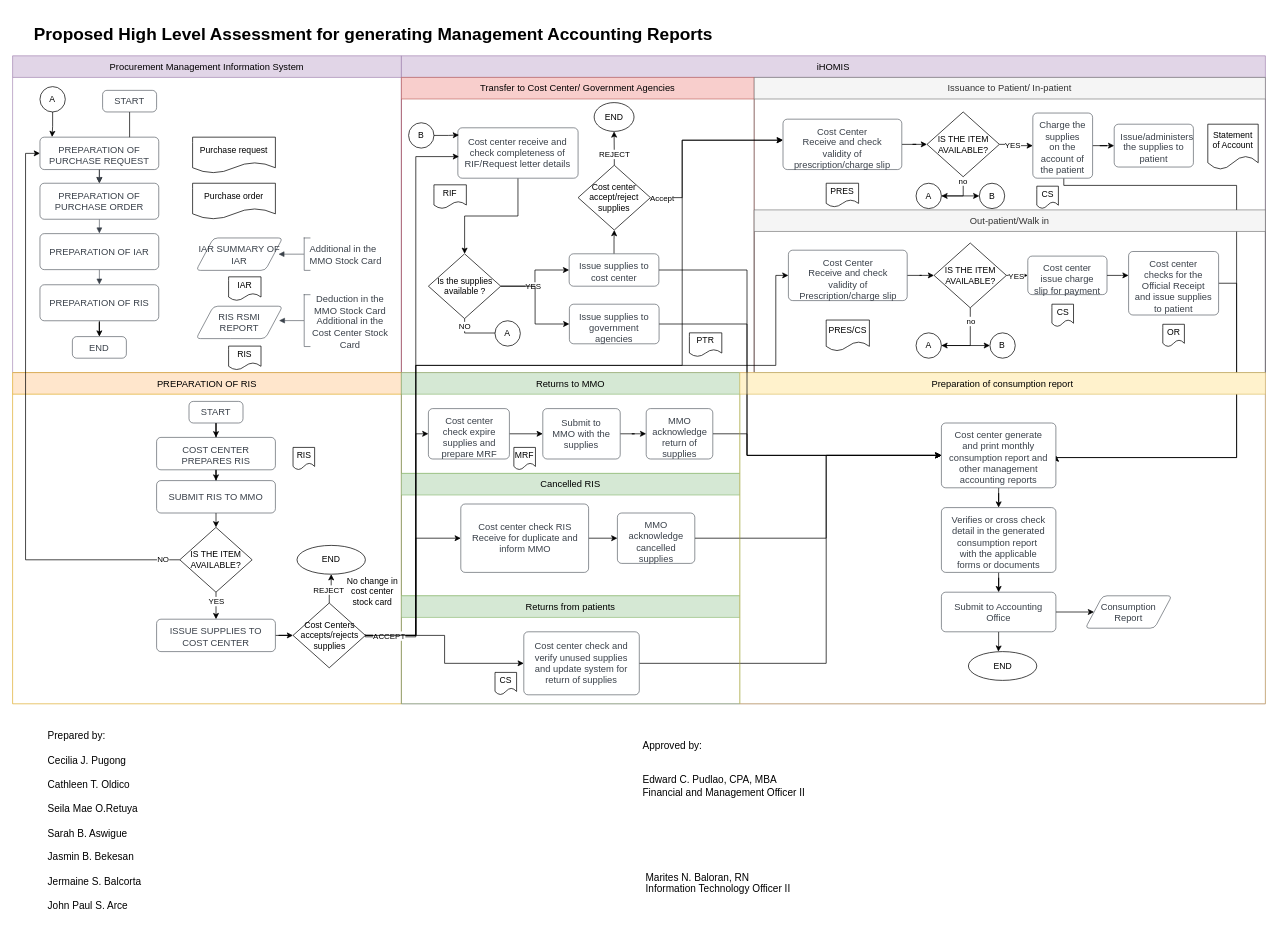
Above: consumption report.drawio in johnpaul4474/FMO-accounting (draw.io), before the change. Source tidied: cells renumbered, new cells numbered last; positions are measured from the earlier drawing's top-left corner, leaving out a move shared by most shapes. Both pictures are drawn from the tidied source at 72%, with x=0, y=0 at pixel (12, 19).
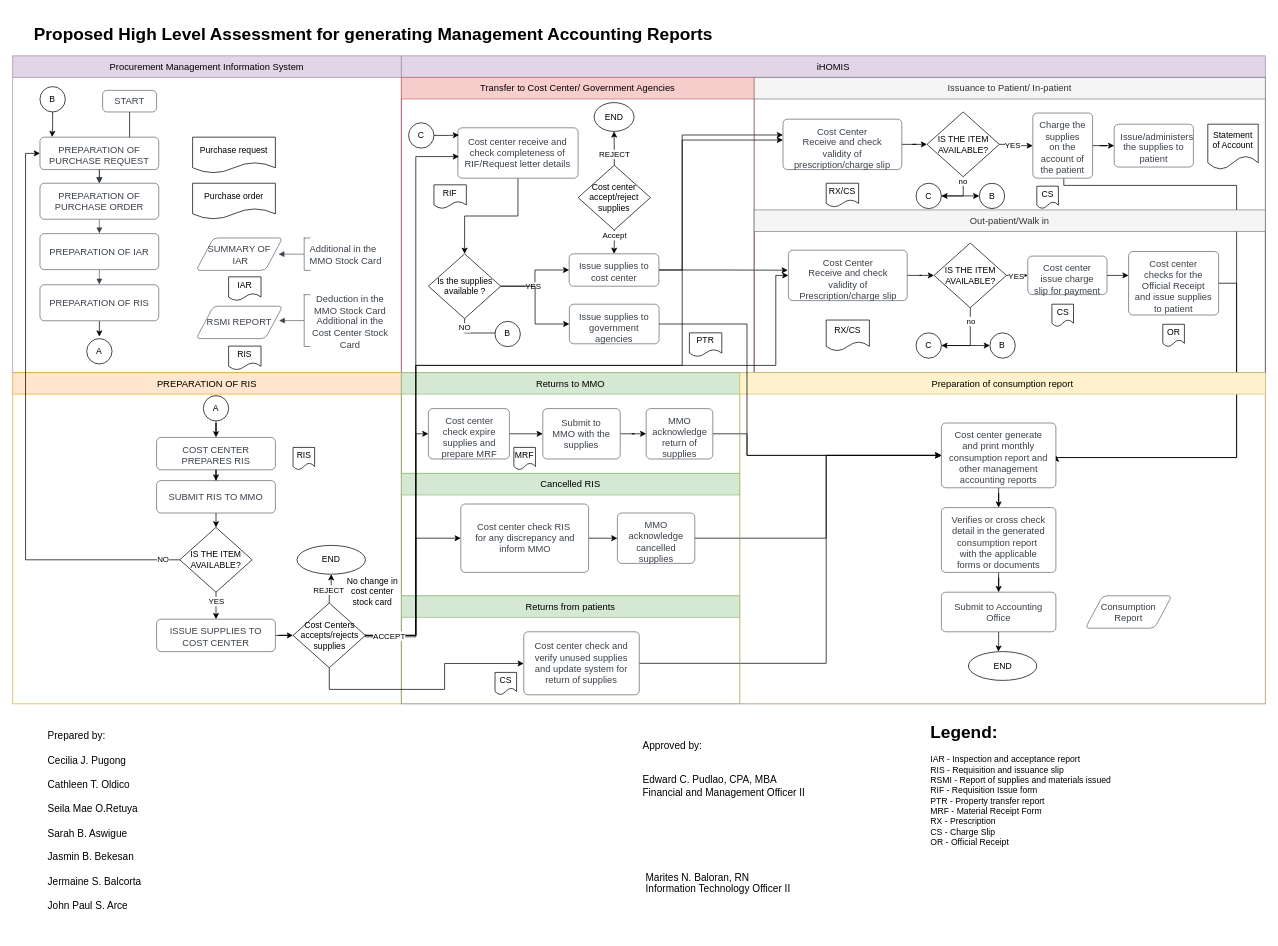
The same page after the edit.

Unchanged cells that the change refers to:
```xml
<mxCell id="12" value="PREPARATION OF RIS" style="html=1;overflow=block;blockSpacing=1;whiteSpace=wrap;fontSize=13;fontColor=#3a414a;align=center;spacing=9;strokeColor=#3a414a;strokeOpacity=100;fillOpacity=100;rounded=1;absoluteArcSize=1;arcSize=12;fillColor=#ffffff;strokeWidth=0.8;lucidId=OYs974KPALUt;" parent="1" vertex="1">
  <mxGeometry x="38" y="368" width="165" height="50" as="geometry" />
</mxCell>
<mxCell id="29" value="COST CENTER PREPARES RIS" style="html=1;overflow=block;blockSpacing=1;whiteSpace=wrap;fontSize=13;fontColor=#3a414a;align=center;spacing=9;strokeColor=#3a414a;strokeOpacity=100;fillOpacity=100;rounded=1;absoluteArcSize=1;arcSize=12;fillColor=#ffffff;strokeWidth=0.8;lucidId=ogs9_VXGJzux;" parent="1" vertex="1">
  <mxGeometry x="200" y="580" width="165" height="45" as="geometry" />
</mxCell>
<mxCell id="51" value="Issue supplies to cost center" style="html=1;overflow=block;blockSpacing=1;whiteSpace=wrap;fontSize=13;fontColor=#3a414a;align=center;spacing=9;strokeColor=#3a414a;strokeOpacity=100;fillOpacity=100;rounded=1;absoluteArcSize=1;arcSize=12;fillColor=#ffffff;strokeWidth=0.8;lucidId=ogs9_VXGJzux;" parent="1" vertex="1">
  <mxGeometry x="773" y="325" width="124.6" height="45" as="geometry" />
</mxCell>
<mxCell id="55" value="Cost Center&lt;br&gt;Receive and check validity of prescription/charge slip" style="html=1;overflow=block;blockSpacing=1;whiteSpace=wrap;fontSize=13;fontColor=#3a414a;align=center;spacing=9;strokeColor=#3a414a;strokeOpacity=100;fillOpacity=100;rounded=1;absoluteArcSize=1;arcSize=12;fillColor=#ffffff;strokeWidth=0.8;lucidId=ogs9_VXGJzux;" parent="1" vertex="1">
  <mxGeometry x="1070" y="138" width="165" height="70" as="geometry" />
</mxCell>
<mxCell id="81" value="Cost Center&lt;br&gt;Receive and check validity of Prescription/charge slip" style="html=1;overflow=block;blockSpacing=1;whiteSpace=wrap;fontSize=13;fontColor=#3a414a;align=center;spacing=9;strokeColor=#3a414a;strokeOpacity=100;fillOpacity=100;rounded=1;absoluteArcSize=1;arcSize=12;fillColor=#ffffff;strokeWidth=0.8;lucidId=ogs9_VXGJzux;" parent="1" vertex="1">
  <mxGeometry x="1077.5" y="320" width="165" height="70" as="geometry" />
</mxCell>
<mxCell id="93" value="Cost center check and verify unused supplies and update system for return of supplies" style="html=1;overflow=block;blockSpacing=1;whiteSpace=wrap;fontSize=13;fontColor=#3a414a;align=center;spacing=9;strokeColor=#3a414a;strokeOpacity=100;fillOpacity=100;rounded=1;absoluteArcSize=1;arcSize=12;fillColor=#ffffff;strokeWidth=0.8;lucidId=ogs9_VXGJzux;" parent="1" vertex="1">
  <mxGeometry x="710" y="850" width="160.4" height="87.5" as="geometry" />
</mxCell>
<mxCell id="96" value="Cost center generate and print monthly consumption report and other management accounting reports" style="html=1;overflow=block;blockSpacing=1;whiteSpace=wrap;fontSize=13;fontColor=#3a414a;align=center;spacing=9;strokeColor=#3a414a;strokeOpacity=100;fillOpacity=100;rounded=1;absoluteArcSize=1;arcSize=12;fillColor=#ffffff;strokeWidth=0.8;lucidId=ogs9_VXGJzux;" parent="1" vertex="1">
  <mxGeometry x="1290" y="560" width="159" height="90" as="geometry" />
</mxCell>
<mxCell id="99" value="Submit to Accounting Office" style="html=1;overflow=block;blockSpacing=1;whiteSpace=wrap;fontSize=13;fontColor=#3a414a;align=center;spacing=9;strokeColor=#3a414a;strokeOpacity=100;fillOpacity=100;rounded=1;absoluteArcSize=1;arcSize=12;fillColor=#ffffff;strokeWidth=0.8;lucidId=ogs9_VXGJzux;" parent="1" vertex="1">
  <mxGeometry x="1290" y="795" width="159" height="55" as="geometry" />
</mxCell>
<mxCell id="110" value="Cost Centers accepts/rejects supplies" style="rhombus;whiteSpace=wrap;html=1;" parent="1" vertex="1">
  <mxGeometry x="389.5" y="810" width="100.5" height="90" as="geometry" />
</mxCell>
<mxCell id="118" value="Cost center accept/reject supplies" style="rhombus;whiteSpace=wrap;html=1;" parent="1" vertex="1">
  <mxGeometry x="785.4" y="202" width="100.5" height="90" as="geometry" />
</mxCell>
<mxCell id="140" value="Consumption&lt;br&gt;Report" style="html=1;overflow=block;blockSpacing=1;whiteSpace=wrap;shape=parallelogram;perimeter=parallelogramPerimeter;anchorPointDirection=0;fontSize=13;fontColor=#3a414a;align=center;spacing=3.8;strokeColor=#3a414a;strokeOpacity=100;fillOpacity=100;rounded=1;absoluteArcSize=1;arcSize=12;fillColor=#ffffff;strokeWidth=0.8;lucidId=gYs9m8~hJAxD;" parent="1" vertex="1">
  <mxGeometry x="1490" y="800" width="120" height="45" as="geometry" />
</mxCell>
```

Change to the diagram source:
```diff
@@
-    <mxCell id="10" value="IAR SUMMARY OF IAR" style="html=1;overflow=block;blockSpacing=1;whiteSpace=wrap;shape=parallelogram;perimeter=parallelogramPerimeter;anchorPointDirection=0;fontSize=13;fontColor=#3a414a;align=center;spacing=3.8;strokeColor=#3a414a;strokeOpacity=100;fillOpacity=100;rounded=1;absoluteArcSize=1;arcSize=12;fillColor=#ffffff;strokeWidth=0.8;lucidId=gYs9m8~hJAxD;" parent="1" vertex="1">
+    <mxCell id="10" value="SUMMARY OF&lt;br&gt;&amp;nbsp;IAR" style="html=1;overflow=block;blockSpacing=1;whiteSpace=wrap;shape=parallelogram;perimeter=parallelogramPerimeter;anchorPointDirection=0;fontSize=13;fontColor=#3a414a;align=center;spacing=3.8;strokeColor=#3a414a;strokeOpacity=100;fillOpacity=100;rounded=1;absoluteArcSize=1;arcSize=12;fillColor=#ffffff;strokeWidth=0.8;lucidId=gYs9m8~hJAxD;" parent="1" vertex="1">
       <mxGeometry x="255" y="303" width="120" height="45" as="geometry" />
     </mxCell>
-    <mxCell id="11" style="edgeStyle=orthogonalEdgeStyle;rounded=0;jettySize=auto;html=1;" parent="1" edge="1" source="12" target="23">
-      <mxGeometry relative="1" as="geometry" />
+    <mxCell id="11" style="edgeStyle=orthogonalEdgeStyle;rounded=0;jettySize=auto;html=1;" parent="1" edge="1" source="12">
+      <mxGeometry relative="1" as="geometry">
+        <mxPoint x="120.5" y="440" as="targetPoint" />
+      </mxGeometry>
     </mxCell>
@@
-    <mxCell id="13" value="RIS RSMI REPORT" style="html=1;overflow=block;blockSpacing=1;whiteSpace=wrap;shape=parallelogram;perimeter=parallelogramPerimeter;anchorPointDirection=0;fontSize=13;fontColor=#3a414a;align=center;spacing=3.8;strokeColor=#3a414a;strokeOpacity=100;fillOpacity=100;rounded=1;absoluteArcSize=1;arcSize=12;fillColor=#ffffff;strokeWidth=0.8;lucidId=5Ys9VWO-W1IM;" parent="1" vertex="1">
+    <mxCell id="13" value="RSMI REPORT" style="html=1;overflow=block;blockSpacing=1;whiteSpace=wrap;shape=parallelogram;perimeter=parallelogramPerimeter;anchorPointDirection=0;fontSize=13;fontColor=#3a414a;align=center;spacing=3.8;strokeColor=#3a414a;strokeOpacity=100;fillOpacity=100;rounded=1;absoluteArcSize=1;arcSize=12;fillColor=#ffffff;strokeWidth=0.8;lucidId=5Ys9VWO-W1IM;" parent="1" vertex="1">
       <mxGeometry x="255" y="397.8" width="120" height="45" as="geometry" />
     </mxCell>
@@
-    <mxCell id="23" value="END" style="html=1;overflow=block;blockSpacing=1;whiteSpace=wrap;fontSize=13;fontColor=#3a414a;align=center;spacing=3.8;strokeColor=#3a414a;strokeOpacity=100;fillOpacity=100;rounded=1;absoluteArcSize=1;arcSize=12;fillColor=#ffffff;strokeWidth=0.8;lucidId=2fs9UQbkpLP_;" parent="1" vertex="1">
-      <mxGeometry x="83" y="440" width="75" height="30" as="geometry" />
-    </mxCell>
@@
-    <mxCell id="26" style="edgeStyle=orthogonalEdgeStyle;rounded=0;jettySize=auto;html=1;entryX=0.5;entryY=0;entryDx=0;entryDy=0;" parent="1" edge="1" source="27" target="29">
-      <mxGeometry relative="1" as="geometry" />
-    </mxCell>
-    <mxCell id="27" value="START" style="html=1;overflow=block;blockSpacing=1;whiteSpace=wrap;fontSize=13;fontColor=#3a414a;align=center;spacing=3.8;strokeColor=#3a414a;strokeOpacity=100;fillOpacity=100;rounded=1;absoluteArcSize=1;arcSize=12;fillColor=#ffffff;strokeWidth=0.8;lucidId=2fs9UQbkpLP_;" parent="1" vertex="1">
-      <mxGeometry x="245" y="530" width="75" height="30" as="geometry" />
-    </mxCell>
@@
-    <mxCell id="49" style="edgeStyle=orthogonalEdgeStyle;rounded=0;jettySize=auto;html=1;" parent="1" edge="1" source="51" target="118">
-      <mxGeometry relative="1" as="geometry" />
-    </mxCell>
-    <mxCell id="50" style="edgeStyle=orthogonalEdgeStyle;rounded=0;jettySize=auto;html=1;entryX=0;entryY=0.5;entryDx=0;entryDy=0;" parent="1" edge="1" source="51" target="96">
-      <mxGeometry relative="1" as="geometry">
-        <Array as="points">
-          <mxPoint x="1020" y="348" />
-          <mxPoint x="1020" y="605" />
-        </Array>
-      </mxGeometry>
-    </mxCell>
+    <mxCell id="150" style="edgeStyle=orthogonalEdgeStyle;rounded=0;jettySize=auto;html=1;entryX=0;entryY=0.314;entryDx=0;entryDy=0;entryPerimeter=0;" parent="1" edge="1" source="51" target="55">
+      <mxGeometry relative="1" as="geometry">
+        <Array as="points">
+          <mxPoint x="930" y="348" />
+          <mxPoint x="930" y="160" />
+        </Array>
+      </mxGeometry>
+    </mxCell>
+    <mxCell id="151" style="edgeStyle=orthogonalEdgeStyle;rounded=0;jettySize=auto;html=1;entryX=-0.005;entryY=0.397;entryDx=0;entryDy=0;entryPerimeter=0;" parent="1" edge="1" source="51" target="81">
+      <mxGeometry relative="1" as="geometry" />
+    </mxCell>
@@
-    <mxCell id="52" value="A" style="ellipse;whiteSpace=wrap;html=1;" parent="1" vertex="1">
-      <mxGeometry x="670" y="418" width="35.2" height="35.2" as="geometry" />
+    <mxCell id="52" value="B" style="ellipse;whiteSpace=wrap;html=1;" parent="1" vertex="1">
+      <mxGeometry x="670" y="418.8" width="35.2" height="35.2" as="geometry" />
     </mxCell>
@@
-    <mxCell id="66" value="A" style="ellipse;whiteSpace=wrap;html=1;" parent="1" vertex="1">
+    <mxCell id="66" value="C" style="ellipse;whiteSpace=wrap;html=1;" parent="1" vertex="1">
       <mxGeometry x="1254.8" y="227" width="35.2" height="35.2" as="geometry" />
     </mxCell>
@@
-    <mxCell id="78" value="Cost center check RIS Receive for duplicate and inform MMO" style="html=1;overflow=block;blockSpacing=1;whiteSpace=wrap;fontSize=13;fontColor=#3a414a;align=center;spacing=9;strokeColor=#3a414a;strokeOpacity=100;fillOpacity=100;rounded=1;absoluteArcSize=1;arcSize=12;fillColor=#ffffff;strokeWidth=0.8;lucidId=ogs9_VXGJzux;" parent="1" vertex="1">
+    <mxCell id="78" value="Cost center check RIS&amp;nbsp;&lt;br&gt;for any discrepancy and inform MMO" style="html=1;overflow=block;blockSpacing=1;whiteSpace=wrap;fontSize=13;fontColor=#3a414a;align=center;spacing=9;strokeColor=#3a414a;strokeOpacity=100;fillOpacity=100;rounded=1;absoluteArcSize=1;arcSize=12;fillColor=#ffffff;strokeWidth=0.8;lucidId=ogs9_VXGJzux;" parent="1" vertex="1">
       <mxGeometry x="622.5" y="672.5" width="177.5" height="95" as="geometry" />
     </mxCell>
@@
-    <mxCell id="98" style="edgeStyle=orthogonalEdgeStyle;rounded=0;jettySize=auto;html=1;" parent="1" edge="1" source="99" target="140">
-      <mxGeometry relative="1" as="geometry" />
-    </mxCell>
@@
     <mxCell id="109" style="edgeStyle=orthogonalEdgeStyle;rounded=0;jettySize=auto;html=1;" parent="1" edge="1" source="110" target="93">
-      <mxGeometry relative="1" as="geometry" />
+      <mxGeometry relative="1" as="geometry">
+        <Array as="points">
+          <mxPoint x="440" y="930" />
+          <mxPoint x="600" y="930" />
+          <mxPoint x="600" y="894" />
+        </Array>
+      </mxGeometry>
     </mxCell>
@@
-    <mxCell id="113" value="B" style="ellipse;whiteSpace=wrap;html=1;" parent="1" vertex="1">
+    <mxCell id="113" value="C" style="ellipse;whiteSpace=wrap;html=1;" parent="1" vertex="1">
       <mxGeometry x="550" y="143" width="35.2" height="35.2" as="geometry" />
     </mxCell>
@@
-    <mxCell id="116" style="edgeStyle=orthogonalEdgeStyle;rounded=0;jettySize=auto;html=1;entryX=-0.002;entryY=0.421;entryDx=0;entryDy=0;entryPerimeter=0;" parent="1" edge="1" source="118" target="55">
-      <mxGeometry relative="1" as="geometry">
-        <Array as="points">
-          <mxPoint x="930" y="247" />
-          <mxPoint x="930" y="168" />
-        </Array>
-      </mxGeometry>
-    </mxCell>
-    <mxCell id="117" value="Accept" style="edgeLabel;html=1;align=center;verticalAlign=middle;" parent="116" vertex="1">
-      <mxGeometry x="-0.88" relative="1" as="geometry" />
-    </mxCell>
+    <mxCell id="152" style="edgeStyle=orthogonalEdgeStyle;rounded=0;jettySize=auto;html=1;entryX=0.5;entryY=0;entryDx=0;entryDy=0;" parent="1" edge="1" source="118" target="51">
+      <mxGeometry relative="1" as="geometry" />
+    </mxCell>
@@
-    <mxCell id="121" value="A" style="ellipse;whiteSpace=wrap;html=1;" parent="1" vertex="1">
+    <mxCell id="121" value="B" style="ellipse;whiteSpace=wrap;html=1;" parent="1" vertex="1">
       <mxGeometry x="38" y="92.8" width="35.2" height="35.2" as="geometry" />
     </mxCell>
@@
-    <mxCell id="124" value="A" style="ellipse;whiteSpace=wrap;html=1;" parent="1" vertex="1">
+    <mxCell id="124" value="C" style="ellipse;whiteSpace=wrap;html=1;" parent="1" vertex="1">
       <mxGeometry x="1254.8" y="434.8" width="35.2" height="35.2" as="geometry" />
     </mxCell>
@@
-    <mxCell id="142" value="PRES" style="shape=document;whiteSpace=wrap;html=1;boundedLbl=1;" parent="1" vertex="1">
+    <mxCell id="142" value="RX/CS" style="shape=document;whiteSpace=wrap;html=1;boundedLbl=1;" parent="1" vertex="1">
       <mxGeometry x="1130" y="227" width="45" height="33" as="geometry" />
     </mxCell>
-    <mxCell id="143" value="PRES/CS" style="shape=document;whiteSpace=wrap;html=1;boundedLbl=1;" parent="1" vertex="1">
+    <mxCell id="143" value="RX/CS" style="shape=document;whiteSpace=wrap;html=1;boundedLbl=1;" parent="1" vertex="1">
       <mxGeometry x="1130" y="417" width="60" height="43" as="geometry" />
     </mxCell>
@@
+    <mxCell id="153" value="A" style="ellipse;whiteSpace=wrap;html=1;" parent="1" vertex="1">
+      <mxGeometry x="102.9" y="442.8" width="35.2" height="35.2" as="geometry" />
+    </mxCell>
+    <mxCell id="154" style="edgeStyle=orthogonalEdgeStyle;rounded=0;jettySize=auto;html=1;" parent="1" edge="1" source="155" target="29">
+      <mxGeometry relative="1" as="geometry" />
+    </mxCell>
+    <mxCell id="155" value="A" style="ellipse;whiteSpace=wrap;html=1;" parent="1" vertex="1">
+      <mxGeometry x="264.9" y="522" width="35.2" height="35.2" as="geometry" />
+    </mxCell>
+    <mxCell id="117" value="Accept" style="edgeLabel;html=1;align=center;verticalAlign=middle;" parent="1" vertex="1">
+      <mxGeometry x="910" y="247" as="geometry">
+        <mxPoint x="-75" y="52" as="offset" />
+      </mxGeometry>
+    </mxCell>
+    <mxCell id="156" value="&lt;h1&gt;Legend:&lt;/h1&gt;&lt;div&gt;IAR - Inspection and acceptance report&lt;/div&gt;&lt;div&gt;RIS - Requisition and issuance slip&lt;br&gt;RSMI - Report of supplies and materials issued&lt;br&gt;RIF - Requisition Issue form&lt;br&gt;PTR - Property transfer report&lt;br&gt;MRF - Material Receipt Form&lt;br&gt;RX - Prescription&lt;br&gt;CS - Charge Slip&lt;br&gt;OR - Official Receipt&lt;/div&gt;" style="text;html=1;strokeColor=none;fillColor=none;spacing=5;spacingTop=-20;whiteSpace=wrap;overflow=hidden;rounded=0;" parent="1" vertex="1">
+      <mxGeometry x="1270" y="970" width="335" height="200" as="geometry" />
+    </mxCell>
```
